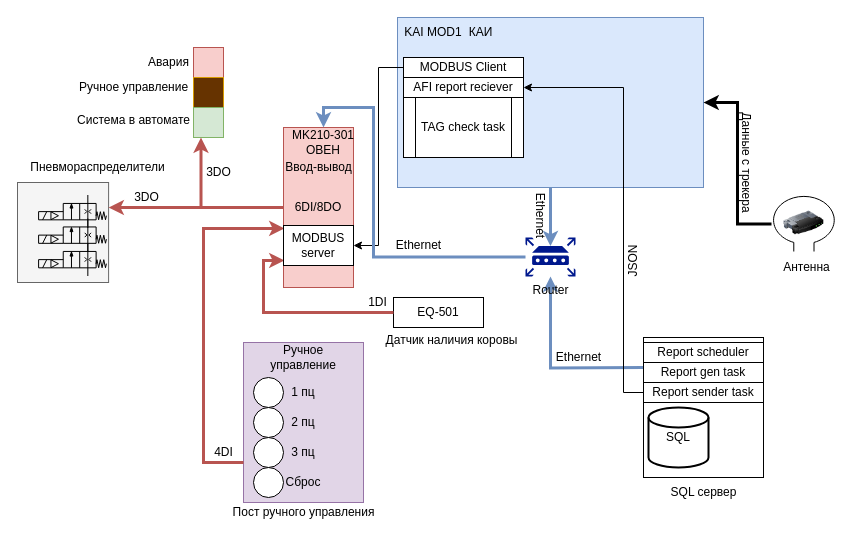
Earlier version of the draw.io diagram page "Общая схема" (1 of 2) of KAI.drawio (megavad/Diagrams). Source tidied: cells renumbered, new cells numbered last; positions are measured from the earlier drawing's top-left corner, leaving out a move shared by most shapes. Both pictures are drawn from the tidied source at 100%, with x=0, y=0 at pixel (17, 17).
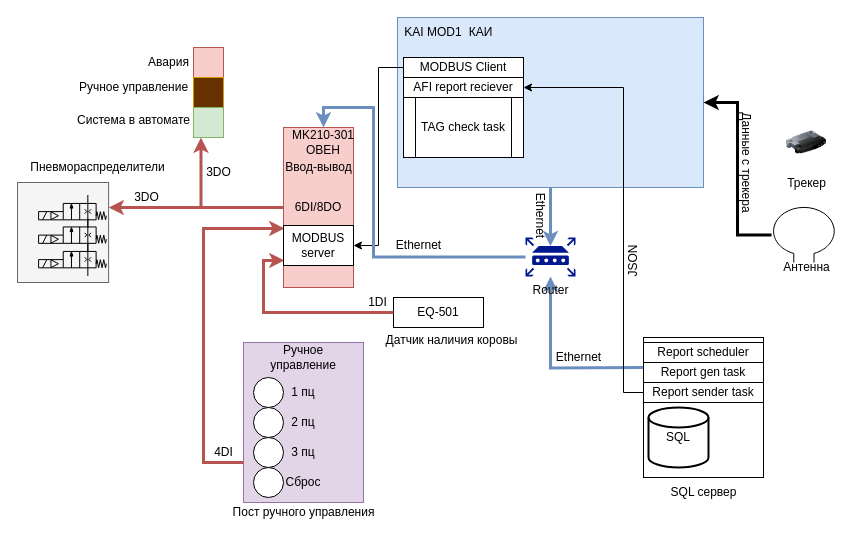
The same diagram, later.

Diff of the diagram source:
```diff
@@
-    <mxCell id="38" style="image;html=1;image=img/lib/clip_art/networking/Router_128x128.png;" parent="1" vertex="1">
-      <mxGeometry x="766.4" y="178.9" width="40" height="53" as="geometry" />
+    <mxCell id="38" value="Трекер" style="image;html=1;image=img/lib/clip_art/networking/Router_128x128.png;" parent="1" vertex="1">
+      <mxGeometry x="769" y="98.5" width="40" height="53" as="geometry" />
     </mxCell>
@@
     <mxCell id="40" style="verticalLabelPosition=bottom;shadow=0;dashed=0;align=center;html=1;verticalAlign=top;shape=mxgraph.electrical.radio.loop_antenna;" parent="1" vertex="1">
-      <mxGeometry x="754" y="178.9" width="64.8" height="55.1" as="geometry" />
+      <mxGeometry x="754" y="189.9" width="64.8" height="55.1" as="geometry" />
     </mxCell>
```
